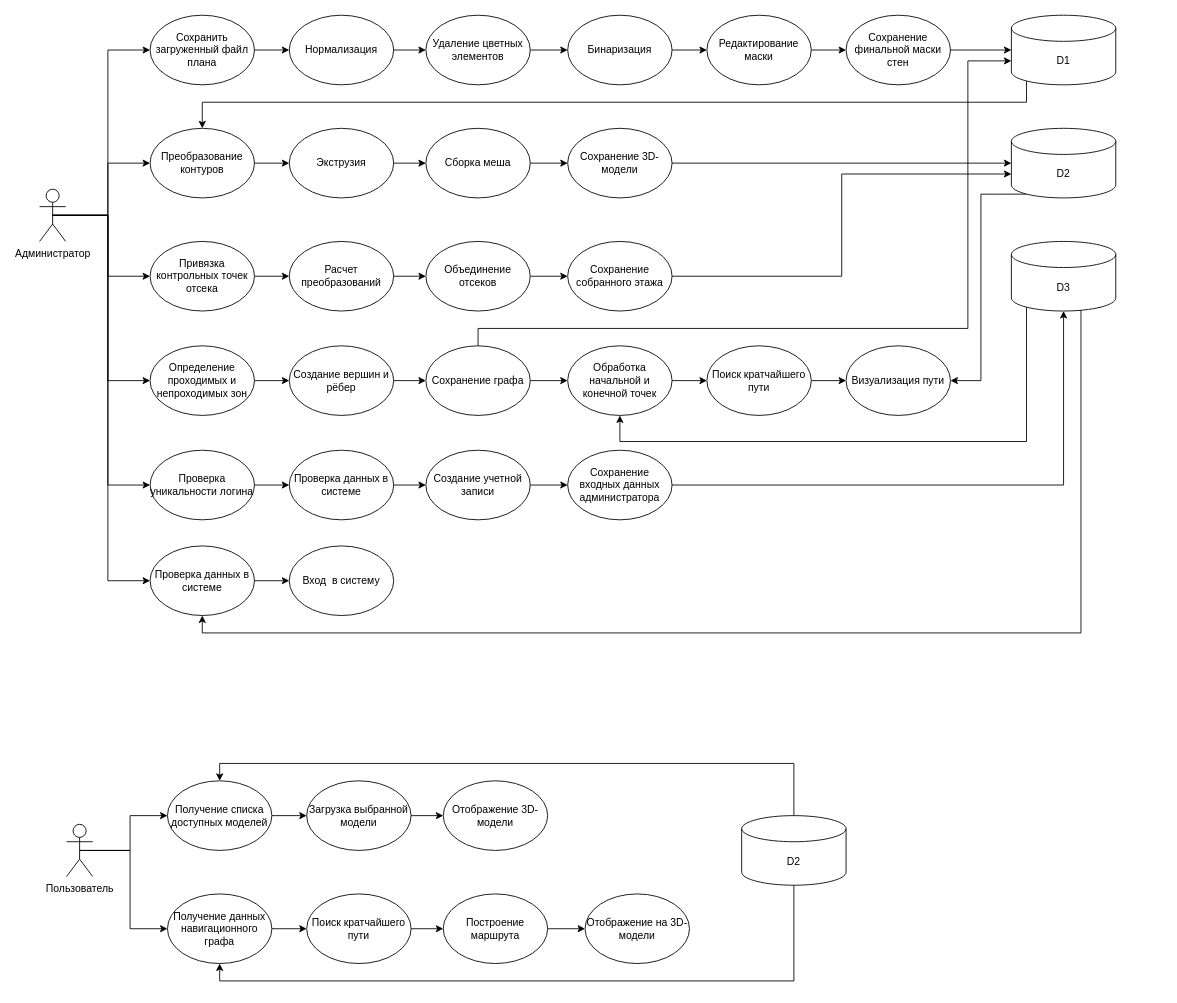
kapec2303/Diplom_pictures keeps this draw.io diagram as DPD.drawio. Above is the earlier version. Source tidied: cells renumbered, new cells numbered last; positions are measured from the earlier drawing's top-left corner, leaving out a move shared by most shapes. Both pictures are drawn from the tidied source at 87%, with x=0, y=0 at pixel (39, 15).
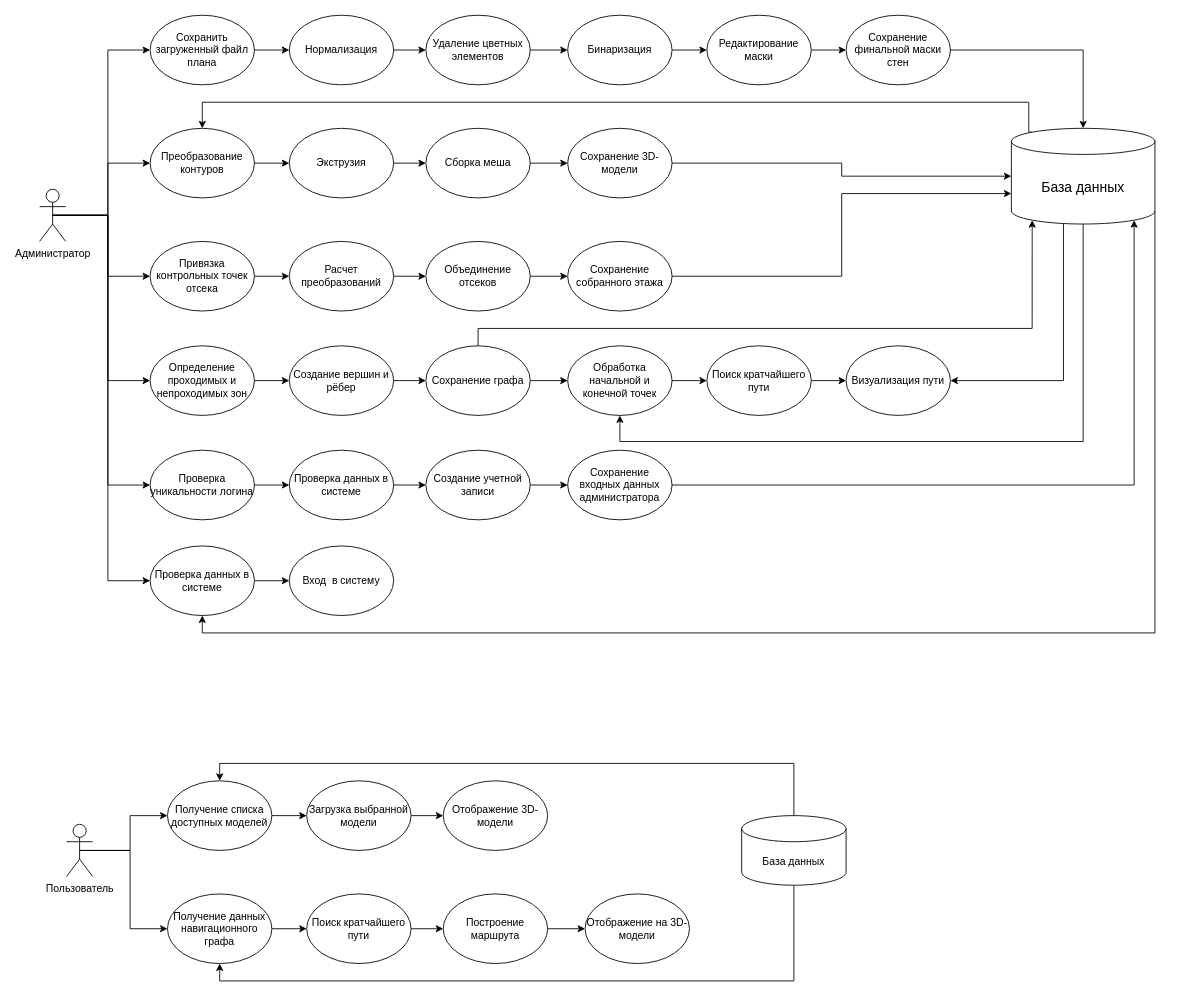
The same diagram, later.

The change refers to these unchanged cells:
```xml
<mxCell id="18" value="Сохранение финальной маски стен" style="ellipse;whiteSpace=wrap;html=1;" parent="1" vertex="1">
  <mxGeometry x="927" width="120" height="80" as="geometry" />
</mxCell>
<mxCell id="21" value="Преобразование контуров" style="ellipse;whiteSpace=wrap;html=1;" parent="1" vertex="1">
  <mxGeometry x="127" y="130" width="120" height="80" as="geometry" />
</mxCell>
<mxCell id="35" value="Сохранение собранного этажа" style="ellipse;whiteSpace=wrap;html=1;" parent="1" vertex="1">
  <mxGeometry x="607" y="260" width="120" height="80" as="geometry" />
</mxCell>
<mxCell id="41" value="Сохранение графа" style="ellipse;whiteSpace=wrap;html=1;" parent="1" vertex="1">
  <mxGeometry x="444" y="380" width="120" height="80" as="geometry" />
</mxCell>
<mxCell id="43" value="Обработка начальной и конечной точек" style="ellipse;whiteSpace=wrap;html=1;" parent="1" vertex="1">
  <mxGeometry x="607" y="380" width="120" height="80" as="geometry" />
</mxCell>
<mxCell id="46" value="Визуализация пути" style="ellipse;whiteSpace=wrap;html=1;" parent="1" vertex="1">
  <mxGeometry x="927" y="380" width="120" height="80" as="geometry" />
</mxCell>
<mxCell id="63" value="Сохранение входных данных администратора" style="ellipse;whiteSpace=wrap;html=1;" parent="1" vertex="1">
  <mxGeometry x="607" y="500" width="120" height="80" as="geometry" />
</mxCell>
<mxCell id="66" value="Проверка данных в системе" style="ellipse;whiteSpace=wrap;html=1;" parent="1" vertex="1">
  <mxGeometry x="127" y="610" width="120" height="80" as="geometry" />
</mxCell>
```

The edit, as a diff of the source:
```diff
@@
-    <mxCell id="47" style="edgeStyle=orthogonalEdgeStyle;rounded=0;jettySize=auto;html=1;exitX=0.145;exitY=1;exitDx=0;exitDy=-4.35;exitPerimeter=0;entryX=0.5;entryY=0;entryDx=0;entryDy=0;" parent="1" edge="1" source="48" target="21">
+    <mxCell id="47" style="edgeStyle=orthogonalEdgeStyle;rounded=0;jettySize=auto;html=1;exitX=0.145;exitY=0;exitDx=0;exitDy=4.35;exitPerimeter=0;entryX=0.5;entryY=0;entryDx=0;entryDy=0;" parent="1" edge="1" source="50" target="21">
       <mxGeometry relative="1" as="geometry">
         <Array as="points">
-          <mxPoint x="1134" y="100" />
+          <mxPoint x="1137" y="134" />
+          <mxPoint x="1137" y="100" />
           <mxPoint x="187" y="100" />
         </Array>
       </mxGeometry>
     </mxCell>
-    <mxCell id="48" value="D1" style="shape=cylinder3;whiteSpace=wrap;html=1;boundedLbl=1;backgroundOutline=1;size=15;" parent="1" vertex="1">
-      <mxGeometry x="1117" width="120" height="80" as="geometry" />
-    </mxCell>
-    <mxCell id="49" style="edgeStyle=orthogonalEdgeStyle;rounded=0;jettySize=auto;html=1;exitX=0.145;exitY=1;exitDx=0;exitDy=-4.35;exitPerimeter=0;entryX=1;entryY=0.5;entryDx=0;entryDy=0;" parent="1" edge="1" source="50" target="46">
+    <mxCell id="49" style="edgeStyle=orthogonalEdgeStyle;rounded=0;jettySize=auto;html=1;exitX=0.363;exitY=0.995;exitDx=0;exitDy=0;exitPerimeter=0;entryX=1;entryY=0.5;entryDx=0;entryDy=0;" parent="1" edge="1" source="50" target="46">
       <mxGeometry relative="1" as="geometry" />
     </mxCell>
-    <mxCell id="50" value="D2" style="shape=cylinder3;whiteSpace=wrap;html=1;boundedLbl=1;backgroundOutline=1;size=15;" parent="1" vertex="1">
-      <mxGeometry x="1117" y="130" width="120" height="80" as="geometry" />
+    <mxCell id="50" value="&lt;font style=&quot;font-size: 16px;&quot;&gt;База данных&lt;/font&gt;" style="shape=cylinder3;whiteSpace=wrap;html=1;boundedLbl=1;backgroundOutline=1;size=15;" parent="1" vertex="1">
+      <mxGeometry x="1117" y="130" width="165" height="110" as="geometry" />
     </mxCell>
-    <mxCell id="51" style="edgeStyle=orthogonalEdgeStyle;rounded=0;jettySize=auto;html=1;exitX=0.855;exitY=1;exitDx=0;exitDy=-4.35;exitPerimeter=0;entryX=0.5;entryY=1;entryDx=0;entryDy=0;" parent="1" edge="1" source="53" target="66">
+    <mxCell id="51" style="edgeStyle=orthogonalEdgeStyle;rounded=0;jettySize=auto;html=1;exitX=1;exitY=1;exitDx=0;exitDy=-15;exitPerimeter=0;entryX=0.5;entryY=1;entryDx=0;entryDy=0;" parent="1" edge="1" source="50" target="66">
       <mxGeometry relative="1" as="geometry">
         <Array as="points">
-          <mxPoint x="1197" y="336" />
-          <mxPoint x="1197" y="710" />
+          <mxPoint x="1282" y="710" />
           <mxPoint x="187" y="710" />
         </Array>
       </mxGeometry>
     </mxCell>
-    <mxCell id="52" style="edgeStyle=orthogonalEdgeStyle;rounded=0;jettySize=auto;html=1;exitX=0.145;exitY=1;exitDx=0;exitDy=-4.35;exitPerimeter=0;entryX=0.5;entryY=1;entryDx=0;entryDy=0;" parent="1" edge="1" source="53" target="43">
+    <mxCell id="52" style="edgeStyle=orthogonalEdgeStyle;rounded=0;jettySize=auto;html=1;exitX=0.5;exitY=1;exitDx=0;exitDy=0;exitPerimeter=0;entryX=0.5;entryY=1;entryDx=0;entryDy=0;" parent="1" edge="1" source="50" target="43">
       <mxGeometry relative="1" as="geometry">
         <Array as="points">
-          <mxPoint x="1134" y="490" />
+          <mxPoint x="1200" y="490" />
           <mxPoint x="667" y="490" />
         </Array>
       </mxGeometry>
     </mxCell>
-    <mxCell id="53" value="D3" style="shape=cylinder3;whiteSpace=wrap;html=1;boundedLbl=1;backgroundOutline=1;size=15;" parent="1" vertex="1">
-      <mxGeometry x="1117" y="260" width="120" height="80" as="geometry" />
-    </mxCell>
-    <mxCell id="54" style="edgeStyle=orthogonalEdgeStyle;rounded=0;jettySize=auto;html=1;exitX=1;exitY=0.5;exitDx=0;exitDy=0;entryX=0;entryY=0.5;entryDx=0;entryDy=0;entryPerimeter=0;" parent="1" edge="1" source="18" target="48">
+    <mxCell id="54" style="edgeStyle=orthogonalEdgeStyle;rounded=0;jettySize=auto;html=1;exitX=1;exitY=0.5;exitDx=0;exitDy=0;entryX=0.5;entryY=0;entryDx=0;entryDy=0;entryPerimeter=0;" parent="1" edge="1" source="18" target="50">
       <mxGeometry relative="1" as="geometry" />
     </mxCell>
-    <mxCell id="55" style="edgeStyle=orthogonalEdgeStyle;rounded=0;jettySize=auto;html=1;exitX=1;exitY=0.5;exitDx=0;exitDy=0;entryX=0;entryY=0;entryDx=0;entryDy=52.5;entryPerimeter=0;" parent="1" edge="1" source="35" target="50">
+    <mxCell id="55" style="edgeStyle=orthogonalEdgeStyle;rounded=0;jettySize=auto;html=1;exitX=1;exitY=0.5;exitDx=0;exitDy=0;entryX=0;entryY=0;entryDx=0;entryDy=75;entryPerimeter=0;" parent="1" edge="1" source="35" target="50">
       <mxGeometry relative="1" as="geometry" />
     </mxCell>
-    <mxCell id="56" style="edgeStyle=orthogonalEdgeStyle;rounded=0;jettySize=auto;html=1;exitX=0.5;exitY=0;exitDx=0;exitDy=0;entryX=0;entryY=0;entryDx=0;entryDy=52.5;entryPerimeter=0;" parent="1" edge="1" source="41" target="48">
+    <mxCell id="56" style="edgeStyle=orthogonalEdgeStyle;rounded=0;jettySize=auto;html=1;exitX=0.5;exitY=0;exitDx=0;exitDy=0;entryX=0.145;entryY=1;entryDx=0;entryDy=-4.35;entryPerimeter=0;" parent="1" edge="1" source="41" target="50">
       <mxGeometry relative="1" as="geometry">
         <Array as="points">
           <mxPoint x="504" y="360" />
-          <mxPoint x="1067" y="360" />
-          <mxPoint x="1067" y="52" />
+          <mxPoint x="1141" y="360" />
         </Array>
       </mxGeometry>
     </mxCell>
@@
-    <mxCell id="64" style="edgeStyle=orthogonalEdgeStyle;rounded=0;jettySize=auto;html=1;exitX=1;exitY=0.5;exitDx=0;exitDy=0;entryX=0.5;entryY=1;entryDx=0;entryDy=0;entryPerimeter=0;" parent="1" edge="1" source="63" target="53">
+    <mxCell id="64" style="edgeStyle=orthogonalEdgeStyle;rounded=0;jettySize=auto;html=1;exitX=1;exitY=0.5;exitDx=0;exitDy=0;entryX=0.855;entryY=1;entryDx=0;entryDy=-4.35;entryPerimeter=0;" parent="1" edge="1" source="63" target="50">
       <mxGeometry relative="1" as="geometry" />
     </mxCell>
@@
-    <mxCell id="85" value="D2" style="shape=cylinder3;whiteSpace=wrap;html=1;boundedLbl=1;backgroundOutline=1;size=15;" parent="1" vertex="1">
+    <mxCell id="85" value="База данных" style="shape=cylinder3;whiteSpace=wrap;html=1;boundedLbl=1;backgroundOutline=1;size=15;" parent="1" vertex="1">
       <mxGeometry x="807" y="920" width="120" height="80" as="geometry" />
     </mxCell>
```
